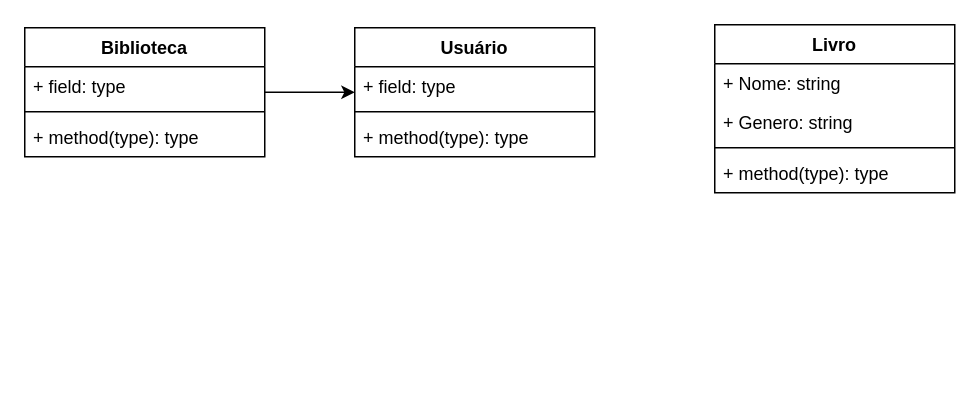
Lucasbk2/Projeto-AED1 keeps this draw.io diagram as Untitled Diagram.drawio. Above is the earlier version. Source tidied: cells renumbered, new cells numbered last; positions are measured from the earlier drawing's top-left corner, leaving out a move shared by most shapes. Both pictures are drawn from the tidied source at 150%, with x=0, y=0 at pixel (24, 24).
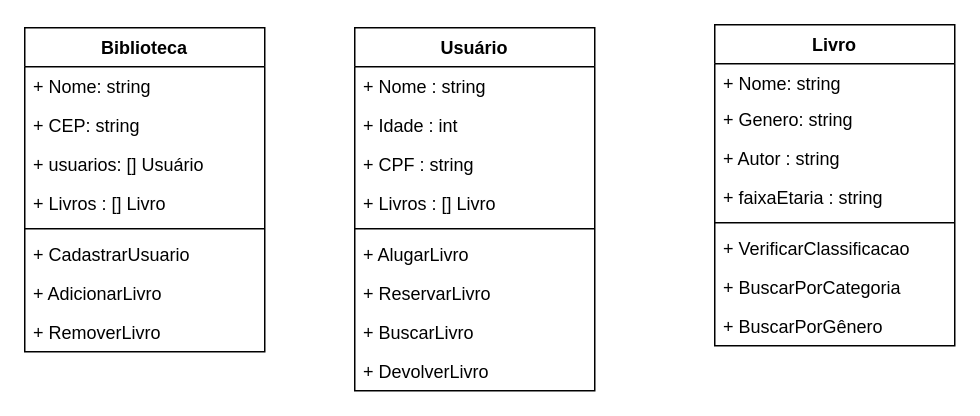
After the change.

Commit message:
Diagrama quase estruturado

What changed in the source:
```diff
@@
-    <mxCell id="2" style="edgeStyle=orthogonalEdgeStyle;rounded=0;jettySize=auto;html=1;" parent="1" edge="1" source="3" target="7">
-      <mxGeometry relative="1" as="geometry" />
-    </mxCell>
     <mxCell id="3" value="Biblioteca" style="swimlane;fontStyle=1;align=center;verticalAlign=top;horizontal=1;startSize=26;" parent="1" vertex="1">
-      <mxGeometry y="2" width="160" height="86" as="geometry" />
+      <mxGeometry y="2" width="160" height="216" as="geometry" />
     </mxCell>
-    <mxCell id="4" value="+ field: type" style="text;strokeColor=none;fillColor=none;align=left;verticalAlign=top;spacingLeft=4;spacingRight=4;overflow=hidden;" parent="3" vertex="1">
+    <mxCell id="4" value="+ Nome: string" style="text;strokeColor=none;fillColor=none;align=left;verticalAlign=top;spacingLeft=4;spacingRight=4;overflow=hidden;" parent="3" vertex="1">
       <mxGeometry y="26" width="160" height="26" as="geometry" />
     </mxCell>
+    <mxCell id="16" value="+ CEP: string" style="text;strokeColor=none;fillColor=none;align=left;verticalAlign=top;spacingLeft=4;spacingRight=4;overflow=hidden;" parent="3" vertex="1">
+      <mxGeometry y="52" width="160" height="26" as="geometry" />
+    </mxCell>
+    <mxCell id="17" value="+ usuarios: [] Usuário" style="text;strokeColor=none;fillColor=none;align=left;verticalAlign=top;spacingLeft=4;spacingRight=4;overflow=hidden;" parent="3" vertex="1">
+      <mxGeometry y="78" width="160" height="26" as="geometry" />
+    </mxCell>
+    <mxCell id="18" value="+ Livros : [] Livro " style="text;strokeColor=none;fillColor=none;align=left;verticalAlign=top;spacingLeft=4;spacingRight=4;overflow=hidden;" parent="3" vertex="1">
+      <mxGeometry y="104" width="160" height="26" as="geometry" />
+    </mxCell>
     <mxCell id="5" style="line;strokeWidth=1;fillColor=none;align=left;verticalAlign=middle;spacingTop=-1;spacingLeft=3;spacingRight=3;labelPosition=right;" parent="3" vertex="1">
-      <mxGeometry y="52" width="160" height="8" as="geometry" />
+      <mxGeometry y="130" width="160" height="8" as="geometry" />
     </mxCell>
-    <mxCell id="6" value="+ method(type): type" style="text;strokeColor=none;fillColor=none;align=left;verticalAlign=top;spacingLeft=4;spacingRight=4;overflow=hidden;" parent="3" vertex="1">
-      <mxGeometry y="60" width="160" height="26" as="geometry" />
+    <mxCell id="6" value="+ CadastrarUsuario" style="text;strokeColor=none;fillColor=none;align=left;verticalAlign=top;spacingLeft=4;spacingRight=4;overflow=hidden;" parent="3" vertex="1">
+      <mxGeometry y="138" width="160" height="26" as="geometry" />
     </mxCell>
+    <mxCell id="19" value="+ AdicionarLivro" style="text;strokeColor=none;fillColor=none;align=left;verticalAlign=top;spacingLeft=4;spacingRight=4;overflow=hidden;" parent="3" vertex="1">
+      <mxGeometry y="164" width="160" height="26" as="geometry" />
+    </mxCell>
+    <mxCell id="20" value="+ RemoverLivro" style="text;strokeColor=none;fillColor=none;align=left;verticalAlign=top;spacingLeft=4;spacingRight=4;overflow=hidden;" parent="3" vertex="1">
+      <mxGeometry y="190" width="160" height="26" as="geometry" />
+    </mxCell>
     <mxCell id="7" value="Usuário" style="swimlane;fontStyle=1;align=center;verticalAlign=top;horizontal=1;startSize=26;" parent="1" vertex="1">
-      <mxGeometry x="220" y="2" width="160" height="86" as="geometry" />
+      <mxGeometry x="220" y="2" width="160" height="242" as="geometry" />
     </mxCell>
-    <mxCell id="8" value="+ field: type" style="text;strokeColor=none;fillColor=none;align=left;verticalAlign=top;spacingLeft=4;spacingRight=4;overflow=hidden;" parent="7" vertex="1">
+    <mxCell id="8" value="+ Nome : string" style="text;strokeColor=none;fillColor=none;align=left;verticalAlign=top;spacingLeft=4;spacingRight=4;overflow=hidden;" parent="7" vertex="1">
       <mxGeometry y="26" width="160" height="26" as="geometry" />
     </mxCell>
+    <mxCell id="21" value="+ Idade : int" style="text;strokeColor=none;fillColor=none;align=left;verticalAlign=top;spacingLeft=4;spacingRight=4;overflow=hidden;" parent="7" vertex="1">
+      <mxGeometry y="52" width="160" height="26" as="geometry" />
+    </mxCell>
+    <mxCell id="22" value="+ CPF : string" style="text;strokeColor=none;fillColor=none;align=left;verticalAlign=top;spacingLeft=4;spacingRight=4;overflow=hidden;" parent="7" vertex="1">
+      <mxGeometry y="78" width="160" height="26" as="geometry" />
+    </mxCell>
+    <mxCell id="23" value="+ Livros : [] Livro" style="text;strokeColor=none;fillColor=none;align=left;verticalAlign=top;spacingLeft=4;spacingRight=4;overflow=hidden;" parent="7" vertex="1">
+      <mxGeometry y="104" width="160" height="26" as="geometry" />
+    </mxCell>
     <mxCell id="9" style="line;strokeWidth=1;fillColor=none;align=left;verticalAlign=middle;spacingTop=-1;spacingLeft=3;spacingRight=3;labelPosition=right;" parent="7" vertex="1">
-      <mxGeometry y="52" width="160" height="8" as="geometry" />
+      <mxGeometry y="130" width="160" height="8" as="geometry" />
     </mxCell>
-    <mxCell id="10" value="+ method(type): type" style="text;strokeColor=none;fillColor=none;align=left;verticalAlign=top;spacingLeft=4;spacingRight=4;overflow=hidden;" parent="7" vertex="1">
-      <mxGeometry y="60" width="160" height="26" as="geometry" />
+    <mxCell id="10" value="+ AlugarLivro" style="text;strokeColor=none;fillColor=none;align=left;verticalAlign=top;spacingLeft=4;spacingRight=4;overflow=hidden;" parent="7" vertex="1">
+      <mxGeometry y="138" width="160" height="26" as="geometry" />
     </mxCell>
+    <mxCell id="24" value="+ ReservarLivro" style="text;strokeColor=none;fillColor=none;align=left;verticalAlign=top;spacingLeft=4;spacingRight=4;overflow=hidden;" parent="7" vertex="1">
+      <mxGeometry y="164" width="160" height="26" as="geometry" />
+    </mxCell>
+    <mxCell id="25" value="+ BuscarLivro" style="text;strokeColor=none;fillColor=none;align=left;verticalAlign=top;spacingLeft=4;spacingRight=4;overflow=hidden;" parent="7" vertex="1">
+      <mxGeometry y="190" width="160" height="26" as="geometry" />
+    </mxCell>
+    <mxCell id="26" value="+ DevolverLivro" style="text;strokeColor=none;fillColor=none;align=left;verticalAlign=top;spacingLeft=4;spacingRight=4;overflow=hidden;" parent="7" vertex="1">
+      <mxGeometry y="216" width="160" height="26" as="geometry" />
+    </mxCell>
     <mxCell id="11" value="Livro" style="swimlane;fontStyle=1;align=center;verticalAlign=top;horizontal=1;startSize=26;" parent="1" vertex="1">
-      <mxGeometry x="460" width="160" height="112" as="geometry" />
+      <mxGeometry x="460" width="160" height="214" as="geometry" />
     </mxCell>
     <mxCell id="12" value="+ Nome: string" style="text;strokeColor=none;fillColor=none;align=left;verticalAlign=top;spacingLeft=4;spacingRight=4;overflow=hidden;" parent="11" vertex="1">
-      <mxGeometry y="26" width="160" height="26" as="geometry" />
+      <mxGeometry y="26" width="160" height="24" as="geometry" />
     </mxCell>
     <mxCell id="13" value="+ Genero: string" style="text;strokeColor=none;fillColor=none;align=left;verticalAlign=top;spacingLeft=4;spacingRight=4;overflow=hidden;" parent="11" vertex="1">
-      <mxGeometry y="52" width="160" height="26" as="geometry" />
+      <mxGeometry y="50" width="160" height="26" as="geometry" />
     </mxCell>
+    <mxCell id="27" value="+ Autor : string" style="text;strokeColor=none;fillColor=none;align=left;verticalAlign=top;spacingLeft=4;spacingRight=4;overflow=hidden;" parent="11" vertex="1">
+      <mxGeometry y="76" width="160" height="26" as="geometry" />
+    </mxCell>
+    <mxCell id="28" value="+ faixaEtaria : string" style="text;strokeColor=none;fillColor=none;align=left;verticalAlign=top;spacingLeft=4;spacingRight=4;overflow=hidden;" parent="11" vertex="1">
+      <mxGeometry y="102" width="160" height="26" as="geometry" />
+    </mxCell>
     <mxCell id="14" style="line;strokeWidth=1;fillColor=none;align=left;verticalAlign=middle;spacingTop=-1;spacingLeft=3;spacingRight=3;labelPosition=right;" parent="11" vertex="1">
-      <mxGeometry y="78" width="160" height="8" as="geometry" />
+      <mxGeometry y="128" width="160" height="8" as="geometry" />
     </mxCell>
-    <mxCell id="15" value="+ method(type): type" style="text;strokeColor=none;fillColor=none;align=left;verticalAlign=top;spacingLeft=4;spacingRight=4;overflow=hidden;" parent="11" vertex="1">
-      <mxGeometry y="86" width="160" height="26" as="geometry" />
+    <mxCell id="15" value="+ VerificarClassificacao" style="text;strokeColor=none;fillColor=none;align=left;verticalAlign=top;spacingLeft=4;spacingRight=4;overflow=hidden;" parent="11" vertex="1">
+      <mxGeometry y="136" width="160" height="26" as="geometry" />
     </mxCell>
+    <mxCell id="29" value="+ BuscarPorCategoria" style="text;strokeColor=none;fillColor=none;align=left;verticalAlign=top;spacingLeft=4;spacingRight=4;overflow=hidden;" parent="11" vertex="1">
+      <mxGeometry y="162" width="160" height="26" as="geometry" />
+    </mxCell>
+    <mxCell id="30" value="+ BuscarPorGênero " style="text;strokeColor=none;fillColor=none;align=left;verticalAlign=top;spacingLeft=4;spacingRight=4;overflow=hidden;" parent="11" vertex="1">
+      <mxGeometry y="188" width="160" height="26" as="geometry" />
+    </mxCell>
```
